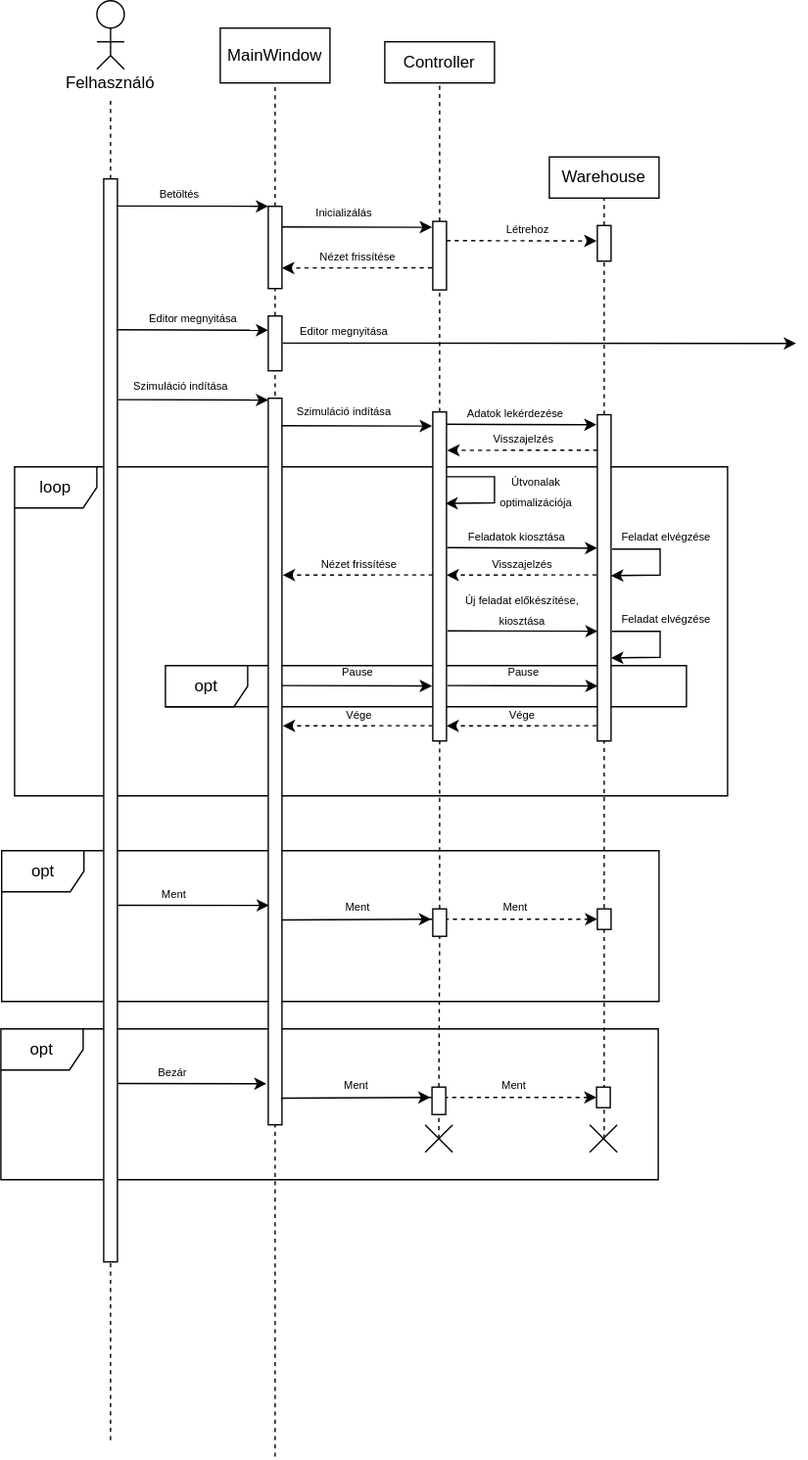
Before: docs/sequence_diagram_images/main_sequence.svg, a diagram exported from draw.io (falcon-fx/warehouse-sim). Source tidied: cells renumbered, new cells last; positions are measured from the earlier drawing's top-left corner, leaving out a move shared by most shapes.
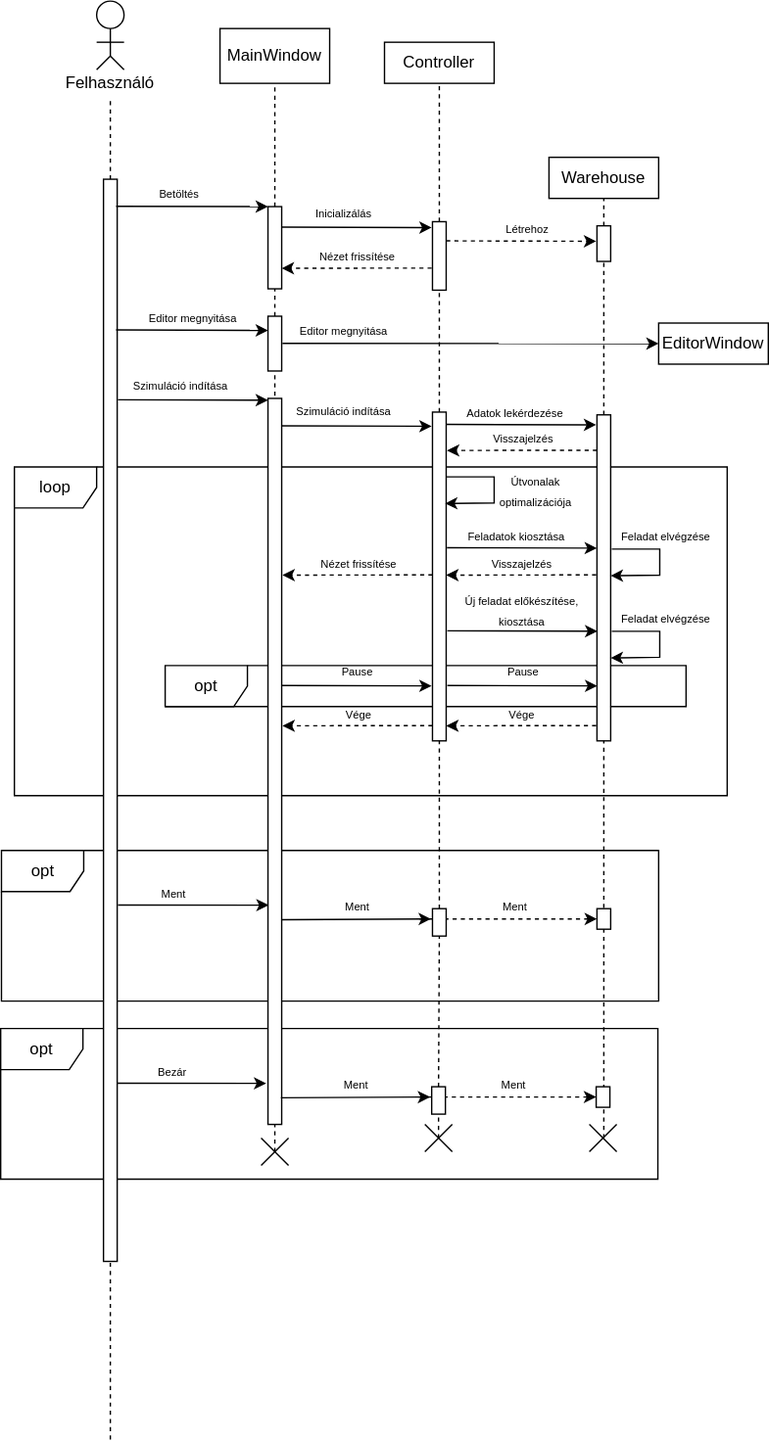
The same file after the commit.

Commit message:
Update main sequence diagram

Change to the diagram source:
```diff
@@ -112,7 +112,7 @@
     </mxCell>
     <mxCell id="32" style="endArrow=none;dashed=1;html=1;entryX=0.5;entryY=1;entryDx=0;entryDy=0;" parent="1" edge="1" target="31">
       <mxGeometry relative="1" as="geometry">
-        <mxPoint x="200" y="1062.1" as="sourcePoint" />
+        <mxPoint x="200" y="840" as="sourcePoint" />
       </mxGeometry>
     </mxCell>
     <mxCell id="33" style="endArrow=classic;html=1;exitX=1;exitY=0.25;exitDx=0;exitDy=0;entryX=-0.057;entryY=0.086;entryDx=0;entryDy=0;entryPerimeter=0;dashed=1;" parent="1" edge="1">
@@ -133,7 +133,7 @@
     <mxCell id="37" style="endArrow=classic;html=1;exitX=1;exitY=0.25;exitDx=0;exitDy=0;" parent="1" edge="1">
       <mxGeometry relative="1" as="geometry">
         <mxPoint x="205.6" y="249.8" as="sourcePoint" />
-        <mxPoint x="580" y="250" as="targetPoint" />
+        <mxPoint x="480" y="250" as="targetPoint" />
       </mxGeometry>
     </mxCell>
     <mxCell id="38" value="&lt;span style=&quot;font-size: 8px&quot;&gt;Editor megnyitása&lt;/span&gt;" style="text;html=1;align=center;verticalAlign=middle;" parent="1" vertex="1">
@@ -402,5 +402,20 @@
         <mxPoint x="319.4" y="830" as="sourcePoint" />
       </mxGeometry>
     </mxCell>
+    <mxCell id="97" value="EditorWindow" style="rounded=0;whiteSpace=wrap;html=1;" parent="1" vertex="1">
+      <mxGeometry x="480" y="235" width="80" height="30" as="geometry" />
+    </mxCell>
+    <mxCell id="98" style="endArrow=none;html=1;" parent="1" edge="1">
+      <mxGeometry relative="1" as="geometry">
+        <mxPoint x="190" y="850" as="sourcePoint" />
+        <mxPoint x="210" y="830" as="targetPoint" />
+      </mxGeometry>
+    </mxCell>
+    <mxCell id="99" style="endArrow=none;html=1;" parent="1" edge="1">
+      <mxGeometry relative="1" as="geometry">
+        <mxPoint x="210" y="850" as="sourcePoint" />
+        <mxPoint x="190" y="830" as="targetPoint" />
+      </mxGeometry>
+    </mxCell>
   </root>
 </mxGraphModel>
```
